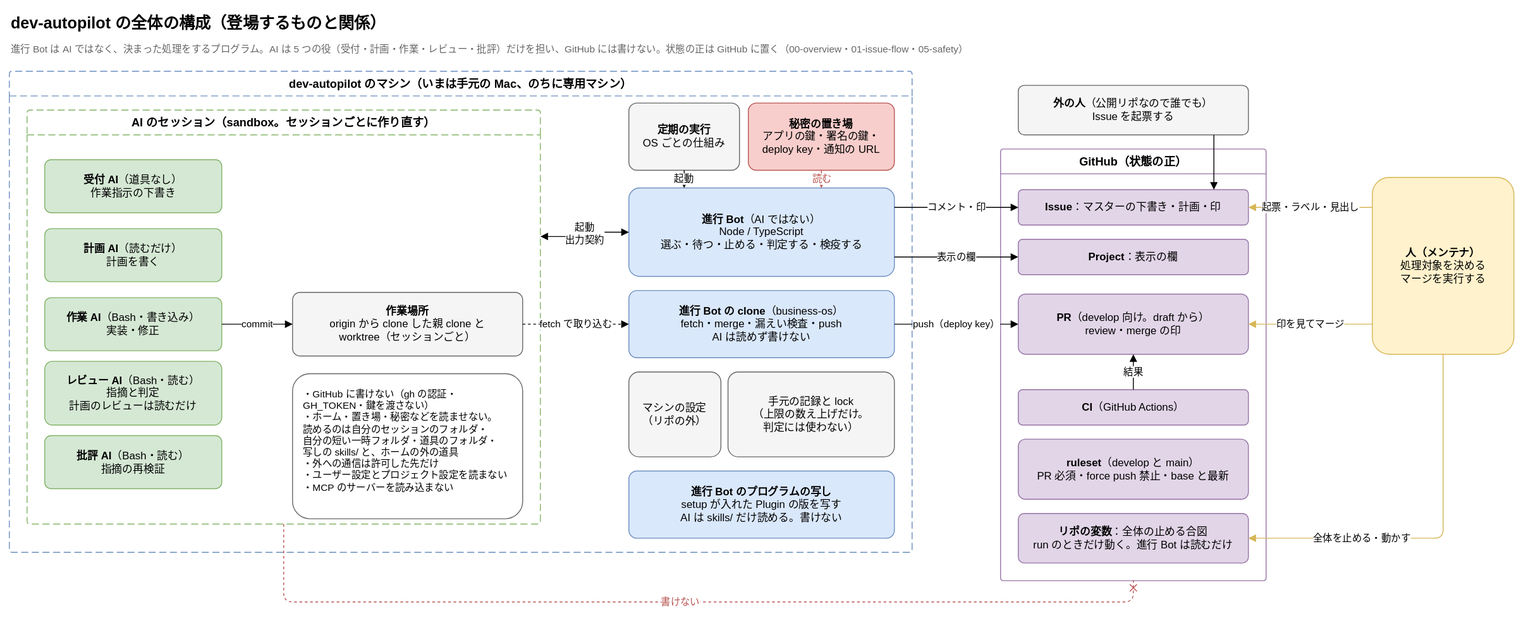
Earlier version of the draw.io export docs/requirements/diagrams/overview.drawio.svg (Joymerrevent/dev-autopilot). Source tidied: cells renumbered, new cells last; positions are measured from the earlier drawing's top-left corner, leaving out a move shared by most shapes.
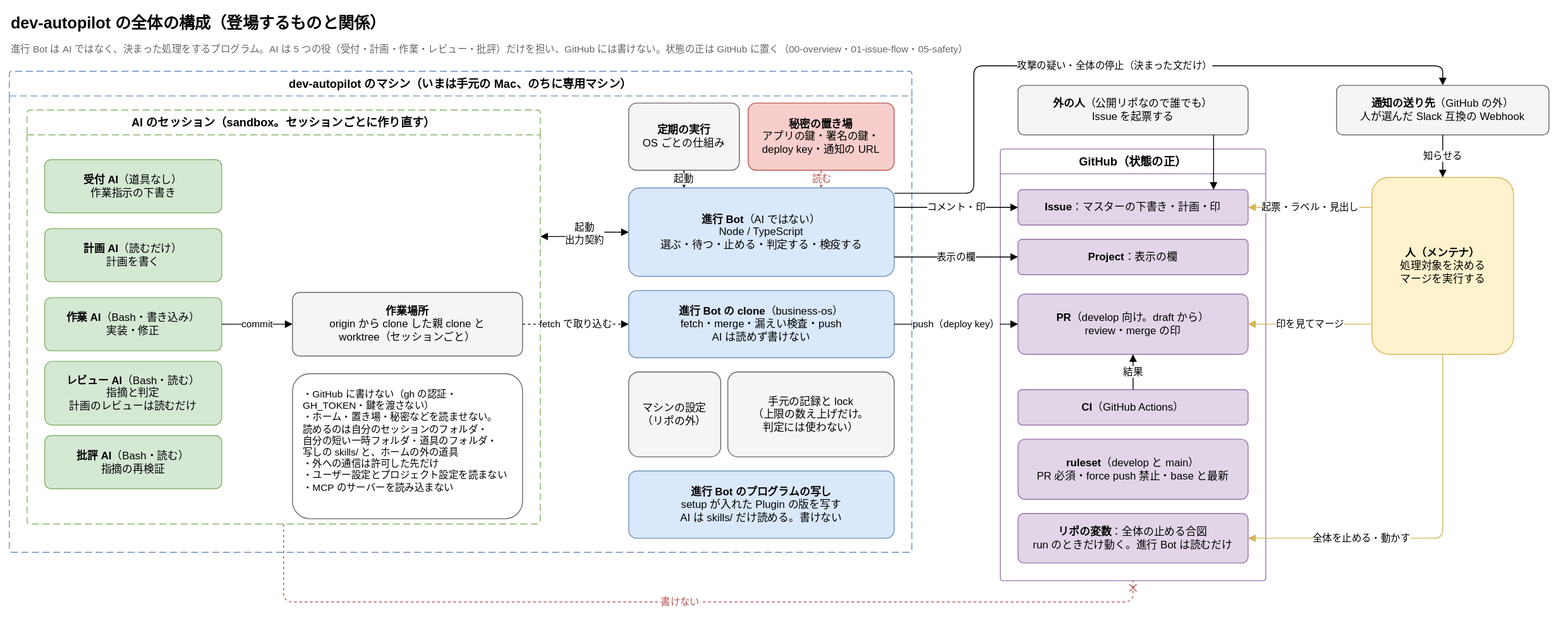
After the change.

Commit message:
docs: 全体の構成と隔離と鍵の図に、進行 Bot から GitHub の外への通知の送り先への線を足す

ADR-20261101-002 の反映（#195）で、秘密の置き場の箱に URL を足すだけにしていた残り。
全体の構成の図は何を送り誰に知らせるかを、隔離と鍵の図はどの秘密を使うかを描く。
ほかの外への経路（push・コメントと印）と同じ描き分けにそろえた。

Claude-Session: https://claude.ai/code/session_01LvmXQN14Y95msvojZ6hWNP

What changed in the source:
```diff
@@ -83,6 +83,9 @@
     <mxCell id="28" value="&lt;b&gt;外の人&lt;/b&gt;（公開リポなので誰でも）&lt;br&gt;Issue を起票する" style="rounded=1;whiteSpace=wrap;html=1;fontSize=12;arcSize=12;fillColor=#f5f5f5;strokeColor=#666666;spacing=12;" parent="1" vertex="1">
       <mxGeometry x="1140" y="86" width="260" height="56" as="geometry" />
     </mxCell>
+    <mxCell id="43" value="&lt;b&gt;通知の送り先&lt;/b&gt;（GitHub の外）&lt;br&gt;人が選んだ Slack 互換の Webhook" style="rounded=1;whiteSpace=wrap;html=1;fontSize=12;arcSize=12;fillColor=#f5f5f5;strokeColor=#666666;spacing=12;" parent="1" vertex="1">
+      <mxGeometry x="1500" y="86" width="240" height="56" as="geometry" />
+    </mxCell>
     <mxCell id="29" value="起動" style="edgeStyle=orthogonalEdgeStyle;rounded=1;html=1;endArrow=block;endFill=1;fontSize=11;labelBackgroundColor=#ffffff;exitDx=0;exitDy=0;entryDx=0;entryDy=0;exitX=0.5;exitY=1;entryX=0.2083;entryY=0;" parent="1" edge="1" source="13" target="15">
       <mxGeometry relative="1" as="geometry" />
     </mxCell>
@@ -119,6 +122,18 @@
     <mxCell id="40" value="全体を止める・動かす" style="edgeStyle=orthogonalEdgeStyle;rounded=1;html=1;endArrow=block;endFill=1;fontSize=11;labelBackgroundColor=#ffffff;strokeColor=#d6b656;exitDx=0;exitDy=0;entryDx=0;entryDy=0;exitX=0.5;exitY=1;entryX=1;entryY=0.5;" parent="1" edge="1" source="27" target="26">
       <mxGeometry x="0.4" relative="1" as="geometry" />
     </mxCell>
+    <mxCell id="44" value="攻撃の疑い・全体の停止（決まった文だけ）" style="edgeStyle=orthogonalEdgeStyle;rounded=1;html=1;endArrow=block;endFill=1;fontSize=11;labelBackgroundColor=#ffffff;exitDx=0;exitDy=0;entryDx=0;entryDy=0;exitX=1;exitY=0.06;entryX=0.5;entryY=0;" parent="1" edge="1" source="15" target="43">
+      <mxGeometry relative="1" as="geometry">
+        <Array as="points">
+          <mxPoint x="1090" y="208" />
+          <mxPoint x="1090" y="64" />
+          <mxPoint x="1620" y="64" />
+        </Array>
+      </mxGeometry>
+    </mxCell>
+    <mxCell id="45" value="知らせる" style="edgeStyle=orthogonalEdgeStyle;rounded=1;html=1;endArrow=block;endFill=1;fontSize=11;labelBackgroundColor=#ffffff;exitDx=0;exitDy=0;entryDx=0;entryDy=0;exitX=0.5;exitY=1;entryX=0.5;entryY=0;" parent="1" edge="1" source="43" target="27">
+      <mxGeometry relative="1" as="geometry" />
+    </mxCell>
     <mxCell id="41" value="印を見てマージ" style="edgeStyle=orthogonalEdgeStyle;rounded=1;html=1;endArrow=block;endFill=1;fontSize=11;labelBackgroundColor=#ffffff;strokeColor=#d6b656;exitDx=0;exitDy=0;entryDx=0;entryDy=0;exitX=0;exitY=0.83;entryX=1;entryY=0.5;" parent="1" edge="1" source="27" target="23">
       <mxGeometry relative="1" as="geometry" />
     </mxCell>
```
